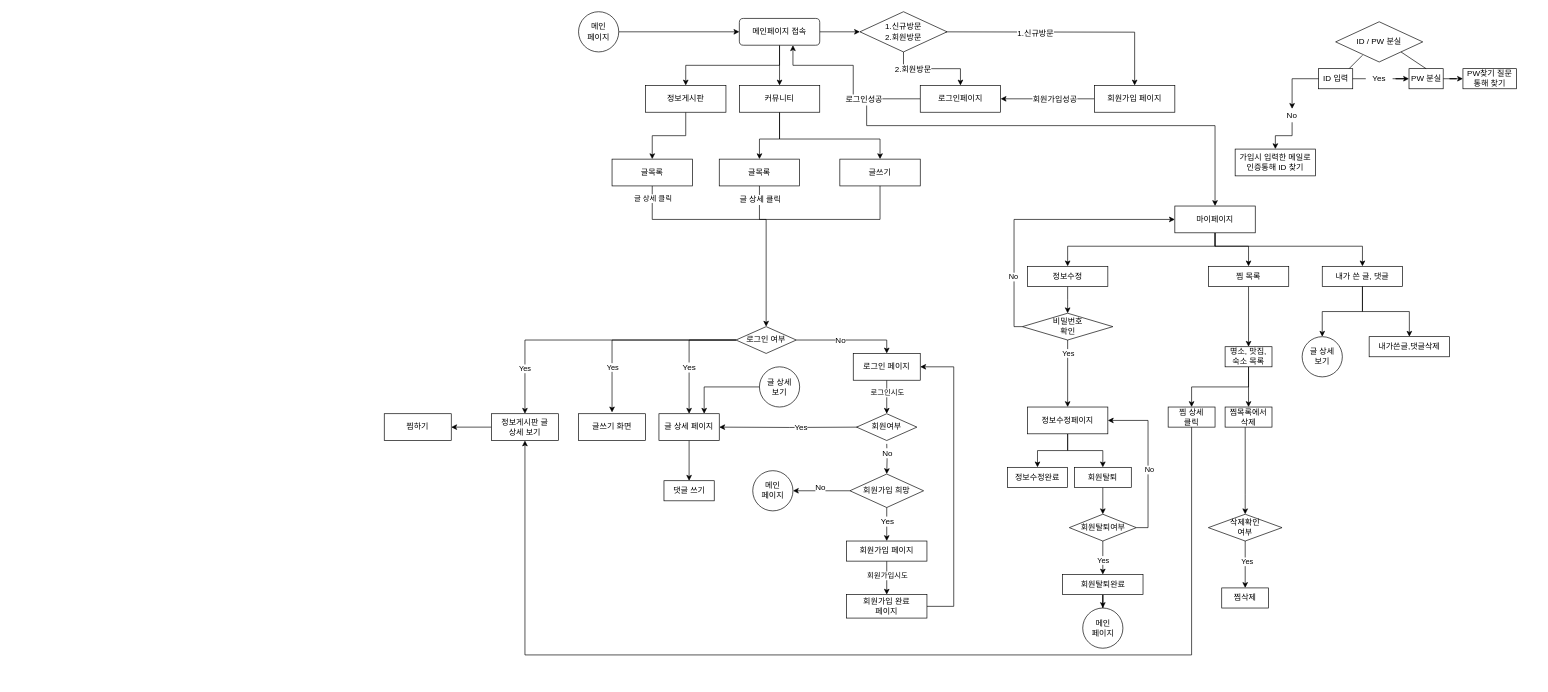
Before: Copy of Untitled Diagram.drawio in kzetadev/dotoriProject, a draw.io diagram. Source tidied: cells renumbered, new cells numbered last; positions are measured from the earlier drawing's top-left corner, leaving out a move shared by most shapes. Both pictures are drawn from the tidied source at 67%, with x=0, y=0 at pixel (384, 11).
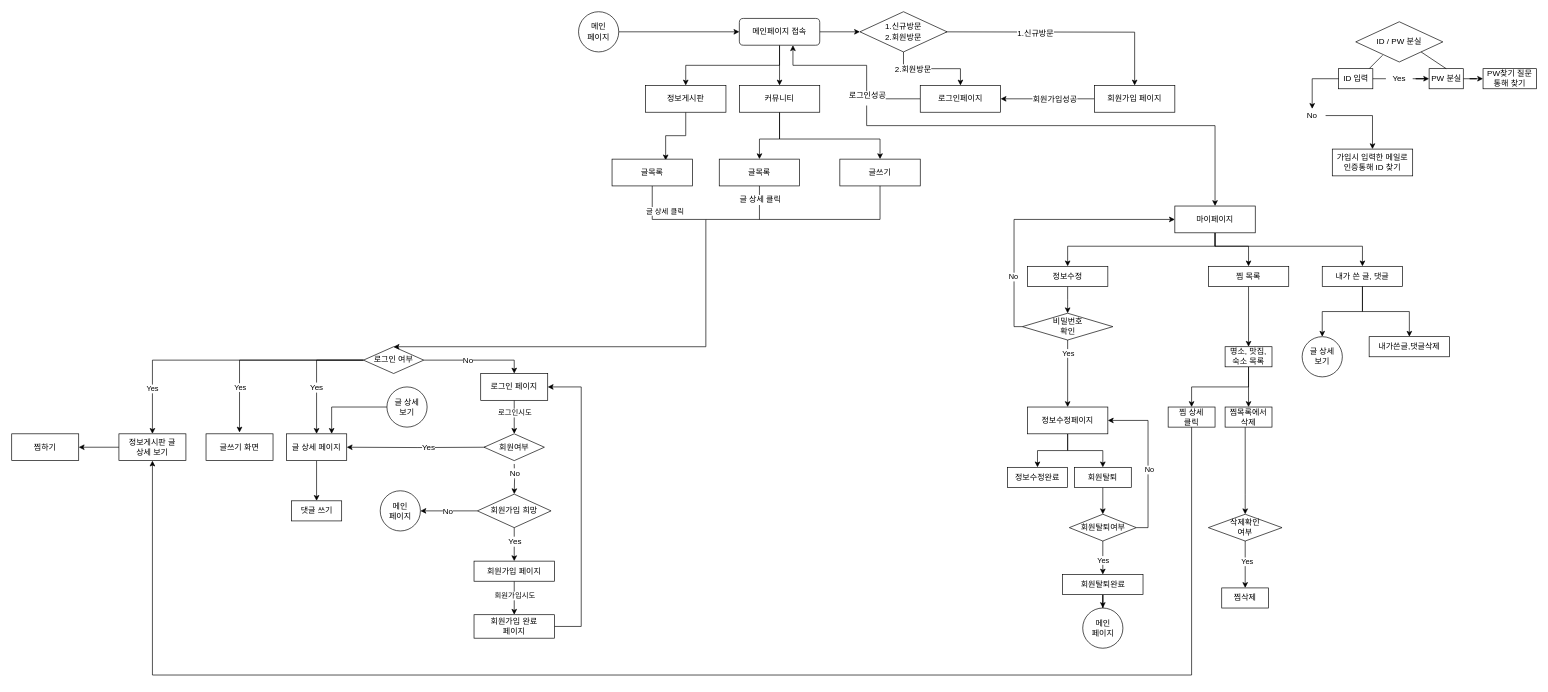
The same page after the edit.

The change refers to these unchanged cells:
```xml
<mxCell id="15" value="로그인페이지" style="rounded=0;whiteSpace=wrap;html=1;" parent="1" vertex="1">
  <mxGeometry x="800" y="110" width="120" height="40" as="geometry" />
</mxCell>
<mxCell id="57" value="정보게시판" style="rounded=0;whiteSpace=wrap;html=1;" parent="1" vertex="1">
  <mxGeometry x="390" y="110" width="120" height="40" as="geometry" />
</mxCell>
<mxCell id="60" value="글목록" style="rounded=0;whiteSpace=wrap;html=1;" parent="1" vertex="1">
  <mxGeometry x="340" y="220" width="120" height="40" as="geometry" />
</mxCell>
<mxCell id="96" value="&lt;div&gt;찜 상세&lt;/div&gt;&lt;div&gt;클릭&lt;/div&gt;" style="rounded=0;whiteSpace=wrap;html=1;" parent="1" vertex="1">
  <mxGeometry x="1170" y="590" width="70" height="30" as="geometry" />
</mxCell>
```

What changed in the source:
```diff
@@
     <mxCell id="13" style="edgeStyle=orthogonalEdgeStyle;rounded=0;jettySize=auto;html=1;exitX=0;exitY=0.5;exitDx=0;exitDy=0;" parent="1" edge="1" source="15">
       <mxGeometry relative="1" as="geometry">
         <mxPoint x="610" y="50" as="targetPoint" />
         <Array as="points">
-          <mxPoint x="700" y="130" />
-          <mxPoint x="700" y="80" />
+          <mxPoint x="720" y="130" />
+          <mxPoint x="720" y="80" />
           <mxPoint x="610" y="80" />
         </Array>
       </mxGeometry>
     </mxCell>
@@
     <mxCell id="24" style="endArrow=none;html=1;" parent="1" edge="1">
       <mxGeometry relative="1" as="geometry">
-        <mxPoint x="560" y="310" as="sourcePoint" />
+        <mxPoint x="480" y="310" as="sourcePoint" />
         <mxPoint x="740" y="310" as="targetPoint" />
       </mxGeometry>
     </mxCell>
@@
     <mxCell id="30" style="edgeStyle=orthogonalEdgeStyle;rounded=0;jettySize=auto;html=1;exitX=0;exitY=0.5;exitDx=0;exitDy=0;" parent="1" edge="1" source="34">
       <mxGeometry relative="1" as="geometry">
-        <mxPoint x="340" y="598" as="targetPoint" />
+        <mxPoint x="-216" y="628" as="targetPoint" />
         <Array as="points">
-          <mxPoint x="340" y="490" />
-          <mxPoint x="340" y="598" />
+          <mxPoint x="-216" y="520" />
+          <mxPoint x="-216" y="628" />
         </Array>
       </mxGeometry>
     </mxCell>
@@
     <mxCell id="34" value="로그인 여부" style="rhombus;whiteSpace=wrap;html=1;" parent="1" vertex="1">
-      <mxGeometry x="525" y="470" width="90" height="40" as="geometry" />
+      <mxGeometry x="-31" y="500" width="90" height="40" as="geometry" />
     </mxCell>
@@
     <mxCell id="36" value="글 상세 페이지" style="rounded=0;whiteSpace=wrap;html=1;" parent="1" vertex="1">
-      <mxGeometry x="410" y="600" width="90" height="40" as="geometry" />
+      <mxGeometry x="-146" y="630" width="90" height="40" as="geometry" />
     </mxCell>
     <mxCell id="37" style="edgeStyle=orthogonalEdgeStyle;rounded=0;jettySize=auto;html=1;entryX=0.5;entryY=0;entryDx=0;entryDy=0;" parent="1" edge="1" source="39" target="54">
       <mxGeometry relative="1" as="geometry">
         <Array as="points">
-          <mxPoint x="750" y="560" />
-          <mxPoint x="750" y="560" />
+          <mxPoint x="194" y="590" />
+          <mxPoint x="194" y="590" />
         </Array>
       </mxGeometry>
     </mxCell>
@@
     <mxCell id="39" value="로그인 페이지" style="rounded=0;whiteSpace=wrap;html=1;" parent="1" vertex="1">
-      <mxGeometry x="700" y="510" width="100" height="40" as="geometry" />
+      <mxGeometry x="144" y="540" width="100" height="40" as="geometry" />
     </mxCell>
     <mxCell id="40" value="댓글 쓰기" style="rounded=0;whiteSpace=wrap;html=1;" parent="1" vertex="1">
-      <mxGeometry x="417.5" y="700" width="75" height="30" as="geometry" />
+      <mxGeometry x="-138.5" y="730" width="75" height="30" as="geometry" />
     </mxCell>
     <mxCell id="41" style="edgeStyle=orthogonalEdgeStyle;rounded=0;jettySize=auto;html=1;entryX=1;entryY=0.5;entryDx=0;entryDy=0;" parent="1" edge="1" target="36">
       <mxGeometry relative="1" as="geometry">
-        <mxPoint x="710" y="620" as="sourcePoint" />
+        <mxPoint x="154" y="650" as="sourcePoint" />
       </mxGeometry>
     </mxCell>
@@
     <mxCell id="43" style="edgeStyle=orthogonalEdgeStyle;rounded=0;jettySize=auto;html=1;" parent="1" edge="1" target="48">
       <mxGeometry relative="1" as="geometry">
-        <mxPoint x="750" y="645" as="sourcePoint" />
+        <mxPoint x="194" y="675" as="sourcePoint" />
       </mxGeometry>
     </mxCell>
@@
     <mxCell id="45" style="edgeStyle=orthogonalEdgeStyle;rounded=0;jettySize=auto;html=1;entryX=0.5;entryY=0;entryDx=0;entryDy=0;" parent="1" edge="1" source="48" target="53">
       <mxGeometry relative="1" as="geometry">
         <Array as="points">
-          <mxPoint x="750" y="760" />
-          <mxPoint x="750" y="760" />
+          <mxPoint x="194" y="790" />
+          <mxPoint x="194" y="790" />
         </Array>
       </mxGeometry>
     </mxCell>
@@
     <mxCell id="48" value="회원가입 희망" style="rhombus;whiteSpace=wrap;html=1;fillColor=none;strokeColor=#000000;" parent="1" vertex="1">
-      <mxGeometry x="695" y="690" width="110" height="50" as="geometry" />
+      <mxGeometry x="139" y="720" width="110" height="50" as="geometry" />
     </mxCell>
     <mxCell id="49" style="edgeStyle=orthogonalEdgeStyle;rounded=0;jettySize=auto;html=1;entryX=1;entryY=0.5;entryDx=0;entryDy=0;" parent="1" edge="1" source="50" target="39">
       <mxGeometry relative="1" as="geometry">
         <Array as="points">
-          <mxPoint x="850" y="888" />
-          <mxPoint x="850" y="530" />
+          <mxPoint x="294" y="918" />
+          <mxPoint x="294" y="560" />
         </Array>
       </mxGeometry>
     </mxCell>
     <mxCell id="50" value="회원가입 완료&lt;br&gt;페이지" style="rounded=0;whiteSpace=wrap;html=1;" parent="1" vertex="1">
-      <mxGeometry x="690" y="870" width="120" height="35" as="geometry" />
+      <mxGeometry x="134" y="900" width="120" height="35" as="geometry" />
     </mxCell>
@@
     <mxCell id="53" value="회원가입 페이지" style="rounded=0;whiteSpace=wrap;html=1;" parent="1" vertex="1">
-      <mxGeometry x="690" y="790" width="120" height="30" as="geometry" />
+      <mxGeometry x="134" y="820" width="120" height="30" as="geometry" />
     </mxCell>
     <mxCell id="54" value="회원여부" style="rhombus;whiteSpace=wrap;html=1;" parent="1" vertex="1">
-      <mxGeometry x="705" y="600" width="90" height="40" as="geometry" />
+      <mxGeometry x="149" y="630" width="90" height="40" as="geometry" />
     </mxCell>
     <mxCell id="55" value="글쓰기 화면" style="rounded=0;whiteSpace=wrap;html=1;" parent="1" vertex="1">
-      <mxGeometry x="290" y="600" width="100" height="40" as="geometry" />
+      <mxGeometry x="-266" y="630" width="100" height="40" as="geometry" />
     </mxCell>
-    <mxCell id="56" style="edgeStyle=orthogonalEdgeStyle;rounded=0;jettySize=auto;html=1;entryX=0.5;entryY=0;entryDx=0;entryDy=0;" parent="1" edge="1" source="57" target="60">
+    <mxCell id="56" style="edgeStyle=orthogonalEdgeStyle;rounded=0;jettySize=auto;html=1;entryX=0.667;entryY=0.045;entryDx=0;entryDy=0;entryPerimeter=0;" parent="1" edge="1" source="57" target="60">
       <mxGeometry relative="1" as="geometry" />
     </mxCell>
@@
     <mxCell id="58" style="edgeStyle=orthogonalEdgeStyle;rounded=0;jettySize=auto;html=1;exitX=0.5;exitY=1;exitDx=0;exitDy=0;entryX=0.5;entryY=0;entryDx=0;entryDy=0;" parent="1" edge="1" source="60" target="34">
       <mxGeometry relative="1" as="geometry">
         <Array as="points">
           <mxPoint x="400" y="310" />
-          <mxPoint x="570" y="310" />
+          <mxPoint x="480" y="310" />
+          <mxPoint x="480" y="500" />
         </Array>
       </mxGeometry>
     </mxCell>
@@
-    <mxCell id="95" style="edgeStyle=orthogonalEdgeStyle;rounded=0;jettySize=auto;html=1;entryX=0.5;entryY=1;entryDx=0;entryDy=0;fillColor=#a20025;strokeColor=#000000;" parent="1" edge="1" source="96" target="104">
+    <mxCell id="95" style="edgeStyle=orthogonalEdgeStyle;rounded=0;jettySize=auto;html=1;entryX=0.5;entryY=1;entryDx=0;entryDy=0;fillColor=#a20025;strokeColor=#000000;exitX=0.5;exitY=1;exitDx=0;exitDy=0;" parent="1" edge="1" source="96" target="104">
       <mxGeometry relative="1" as="geometry">
         <Array as="points">
-          <mxPoint x="1205" y="960" />
-          <mxPoint x="210" y="960" />
+          <mxPoint x="1205" y="990" />
+          <mxPoint x="-346" y="990" />
         </Array>
       </mxGeometry>
     </mxCell>
@@
     <mxCell id="104" value="정보게시판 글&lt;br&gt;상세 보기" style="rounded=0;whiteSpace=wrap;html=1;" parent="1" vertex="1">
-      <mxGeometry x="160" y="600" width="100" height="40" as="geometry" />
+      <mxGeometry x="-396" y="630" width="100" height="40" as="geometry" />
     </mxCell>
     <mxCell id="105" value="&lt;div&gt;메인&lt;/div&gt;&lt;div&gt;페이지&lt;/div&gt;" style="ellipse;whiteSpace=wrap;html=1;" parent="1" vertex="1">
-      <mxGeometry x="550" y="685" width="60" height="60" as="geometry" />
+      <mxGeometry x="-6" y="715" width="60" height="60" as="geometry" />
     </mxCell>
@@
     <mxCell id="109" value="No" style="text;html=1;align=center;verticalAlign=middle;labelBackgroundColor=#ffffff;" parent="1" vertex="1">
-      <mxGeometry x="650" y="710" as="geometry" />
+      <mxGeometry x="94" y="745" as="geometry" />
     </mxCell>
@@
     <mxCell id="112" value="&lt;div&gt;글 상세&lt;/div&gt;&lt;div&gt;보기&lt;/div&gt;" style="ellipse;whiteSpace=wrap;html=1;" parent="1" vertex="1">
-      <mxGeometry x="560" y="530" width="60" height="60" as="geometry" />
+      <mxGeometry x="4" y="560" width="60" height="60" as="geometry" />
     </mxCell>
     <mxCell id="113" value="찜하기" style="rounded=0;whiteSpace=wrap;html=1;" parent="1" vertex="1">
-      <mxGeometry y="600" width="100" height="40" as="geometry" />
+      <mxGeometry x="-556" y="630" width="100" height="40" as="geometry" />
     </mxCell>
@@
     <mxCell id="116" value="ID / PW 분실" style="rhombus;whiteSpace=wrap;html=1;" parent="1" vertex="1">
-      <mxGeometry x="1420" y="15" width="130" height="60" as="geometry" />
+      <mxGeometry x="1450" y="15" width="130" height="60" as="geometry" />
     </mxCell>
     <mxCell id="117" value="가입시 입력한 메일로&lt;br&gt;인증통해 ID 찾기" style="rounded=0;whiteSpace=wrap;html=1;" parent="1" vertex="1">
-      <mxGeometry x="1270" y="205" width="120" height="40" as="geometry" />
+      <mxGeometry x="1415" y="205" width="120" height="40" as="geometry" />
     </mxCell>
     <mxCell id="118" style="endArrow=none;html=1;" parent="1" edge="1">
       <mxGeometry relative="1" as="geometry">
-        <mxPoint x="1440" y="85" as="sourcePoint" />
-        <mxPoint x="1460" y="65" as="targetPoint" />
+        <mxPoint x="1470" y="85" as="sourcePoint" />
+        <mxPoint x="1490" y="65" as="targetPoint" />
       </mxGeometry>
     </mxCell>
@@
     <mxCell id="121" value="ID 입력" style="rounded=0;whiteSpace=wrap;html=1;" parent="1" vertex="1">
-      <mxGeometry x="1394.5" y="85" width="51" height="30" as="geometry" />
+      <mxGeometry x="1424.5" y="85" width="51" height="30" as="geometry" />
     </mxCell>
@@
     <mxCell id="123" value="PW 분실" style="rounded=0;whiteSpace=wrap;html=1;" parent="1" vertex="1">
-      <mxGeometry x="1529.5" y="85" width="51" height="30" as="geometry" />
+      <mxGeometry x="1559.5" y="85" width="51" height="30" as="geometry" />
     </mxCell>
     <mxCell id="124" value="PW찾기 질문 통해 찾기" style="rounded=0;whiteSpace=wrap;html=1;" parent="1" vertex="1">
-      <mxGeometry x="1610" y="85" width="80" height="30" as="geometry" />
+      <mxGeometry x="1640" y="85" width="80" height="30" as="geometry" />
     </mxCell>
     <mxCell id="125" value="No" style="text;html=1;strokeColor=none;fillColor=none;align=center;verticalAlign=middle;whiteSpace=wrap;rounded=0;" parent="1" vertex="1">
-      <mxGeometry x="1335" y="145" width="40" height="20" as="geometry" />
+      <mxGeometry x="1365" y="145" width="40" height="20" as="geometry" />
     </mxCell>
@@
     <mxCell id="127" value="Yes" style="text;html=1;strokeColor=none;fillColor=none;align=center;verticalAlign=middle;whiteSpace=wrap;rounded=0;" parent="1" vertex="1">
-      <mxGeometry x="1465" y="57.5" width="40" height="85" as="geometry" />
+      <mxGeometry x="1495" y="57.5" width="40" height="85" as="geometry" />
     </mxCell>
```
